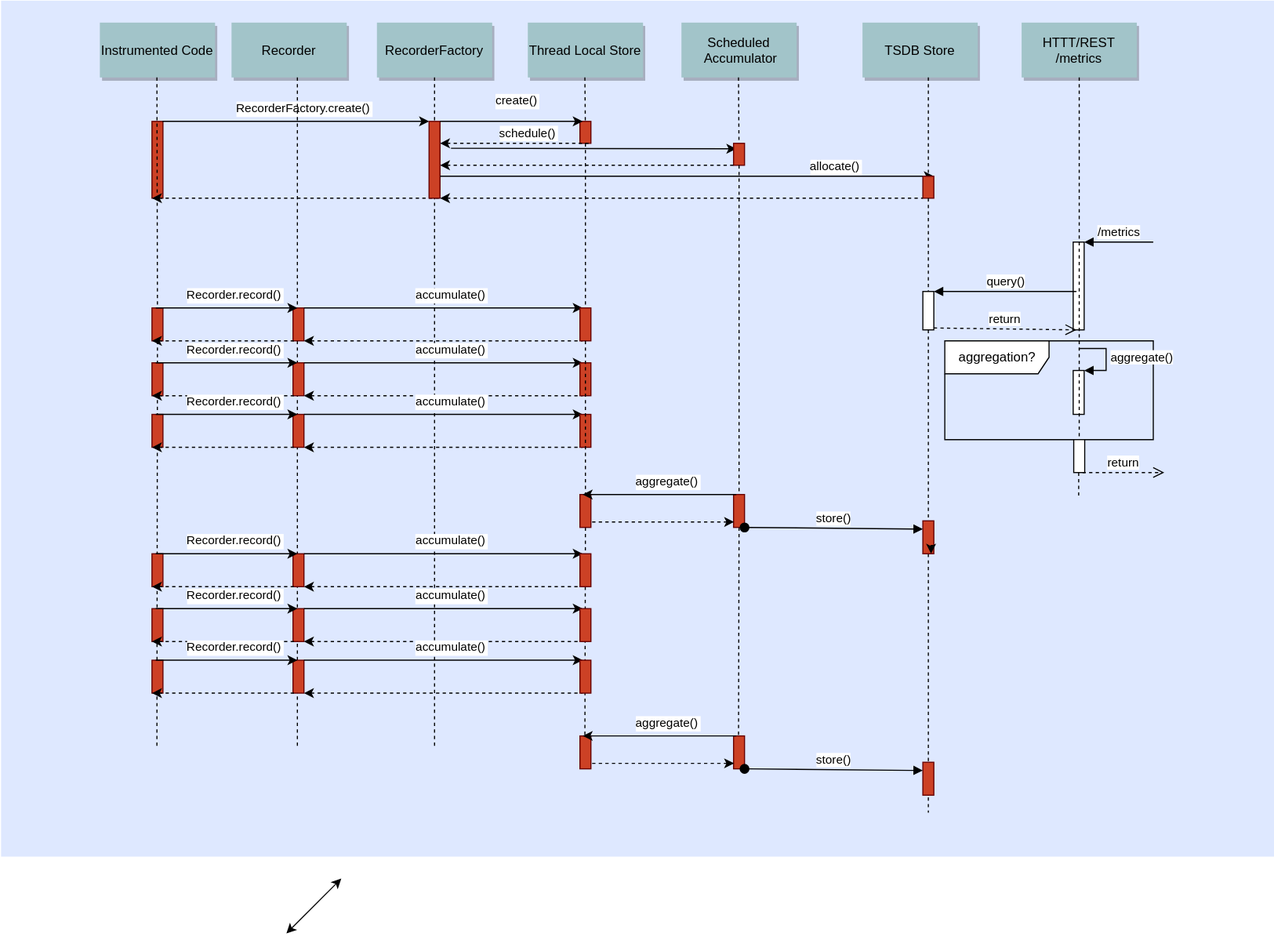
Earlier version of the draw.io export src/site/resources/images/MetricsFlow.svg (zolyfarkas/spf4j). Source tidied: cells renumbered, new cells last; positions are measured from the earlier drawing's top-left corner, leaving out a move shared by most shapes.
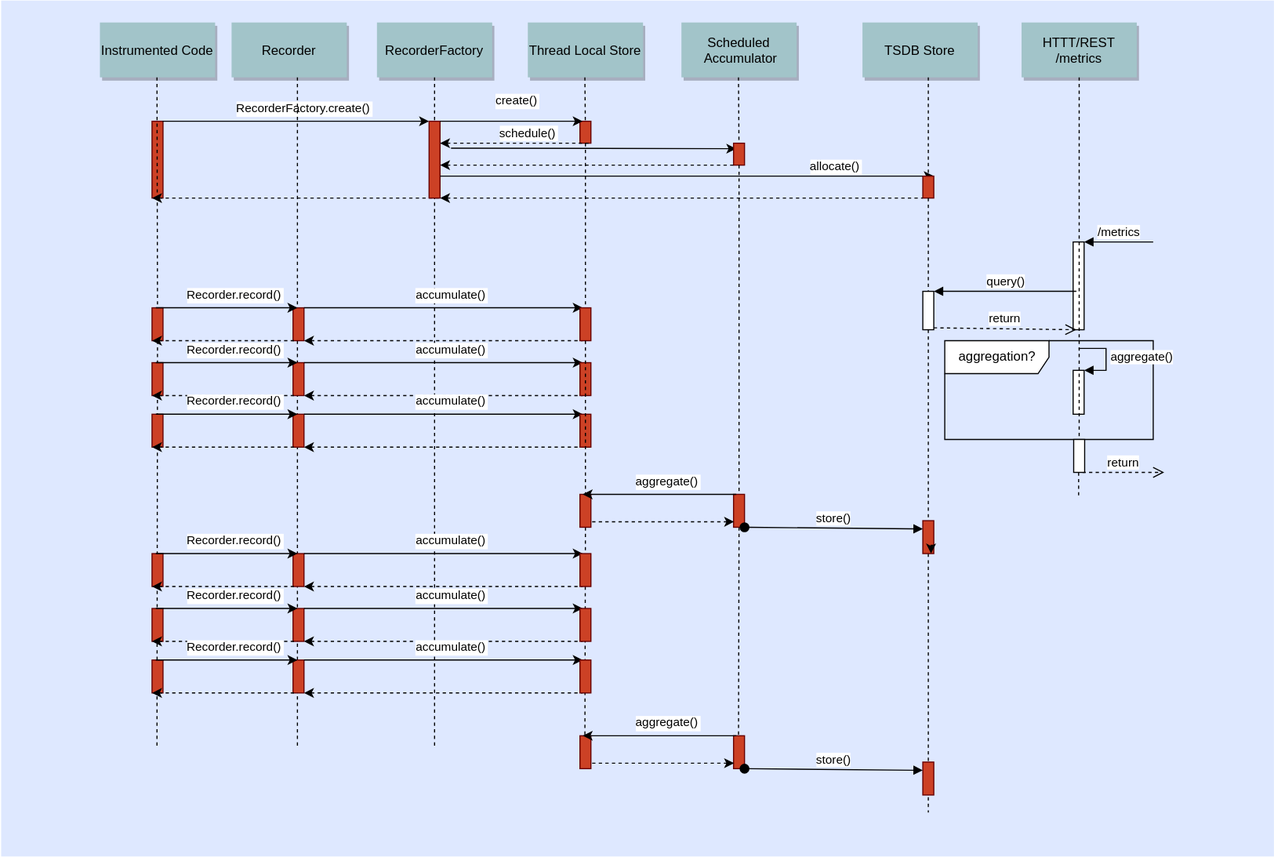
Above is the later version.

Commit message:
[add] cleanup interaction diagram

The edit, as a diff of the source:
```diff
@@ -422,12 +422,6 @@
         <mxPoint x="982" y="452" as="targetPoint" />
       </mxGeometry>
     </mxCell>
-    <mxCell id="93" style="endArrow=classic;startArrow=classic;html=1;" parent="1" edge="1">
-      <mxGeometry relative="1" as="geometry">
-        <mxPoint x="260" y="850" as="sourcePoint" />
-        <mxPoint x="310" y="800" as="targetPoint" />
-      </mxGeometry>
-    </mxCell>
     <mxCell id="94" style="html=1;points=[];perimeter=orthogonalPerimeter;" parent="1" vertex="1">
       <mxGeometry x="977" y="220" width="10" height="80" as="geometry" />
     </mxCell>
```
